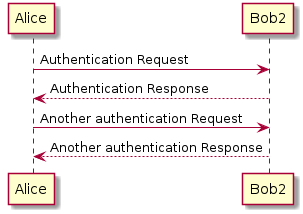
The PlantUML diagram test6.png in AndrewLane/plantuml-automation-playground, before a commit. Its diagram source:
```plantuml
@startuml
Alice -> Bob2: Authentication Request
Bob2 --> Alice: Authentication Response

Alice -> Bob2: Another authentication Request
Alice <-- Bob2: Another authentication Response
@enduml
```
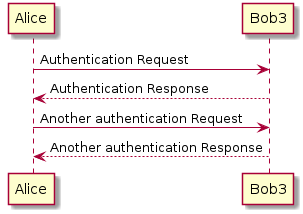
The same file after the commit.

Diff of the diagram source:
```diff
@@ -1,7 +1,7 @@
 @startuml
-Alice -> Bob2: Authentication Request
-Bob2 --> Alice: Authentication Response
+Alice -> Bob3: Authentication Request
+Bob3 --> Alice: Authentication Response
 
-Alice -> Bob2: Another authentication Request
-Alice <-- Bob2: Another authentication Response
+Alice -> Bob3: Another authentication Request
+Alice <-- Bob3: Another authentication Response
 @enduml
```
